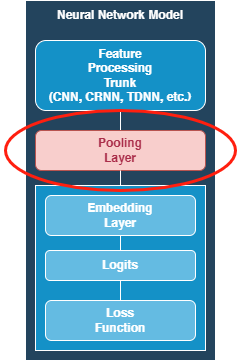
Earlier version of the draw.io export latex/slides/img/pooling_layer.png (gabrielecerizza/apr_project). Source tidied: cells renumbered, new cells last; positions are measured from the earlier drawing's top-left corner, leaving out a move shared by most shapes. Its diagram source:
```xml
<mxGraphModel>
  <root>
    <mxCell id="0" />
    <mxCell id="1" parent="0" />
    <mxCell id="2" style="rounded=0;whiteSpace=wrap;html=1;fontFamily=Helvetica;fillColor=#23445D;strokeColor=#FFFFFF;gradientColor=none;fontColor=#FFFFFF;fontStyle=1;" parent="1" vertex="1">
      <mxGeometry x="25" width="190" height="360" as="geometry" />
    </mxCell>
    <mxCell id="3" value="Feature&lt;br&gt;Processing&lt;br&gt;Trunk&lt;br&gt;(CNN, CRNN, TDNN, etc.)" style="rounded=1;whiteSpace=wrap;html=1;fontFamily=Helvetica;fillColor=#1491C7;fontColor=#FFFFFF;strokeColor=#FFFFFF;fontStyle=1;" parent="1" vertex="1">
      <mxGeometry x="35" y="40" width="170" height="70" as="geometry" />
    </mxCell>
    <mxCell id="4" value="Neural Network Model" style="text;html=1;strokeColor=none;fillColor=none;align=center;verticalAlign=middle;whiteSpace=wrap;rounded=0;fontFamily=Helvetica;fontColor=#FFFFFF;fontStyle=1;" parent="1" vertex="1">
      <mxGeometry width="240" height="30" as="geometry" />
    </mxCell>
    <mxCell id="5" style="endArrow=none;html=1;rounded=0;exitX=0.5;exitY=1;exitDx=0;exitDy=0;fontFamily=Helvetica;entryX=0.5;entryY=0;entryDx=0;entryDy=0;fontColor=#FFFFFF;strokeColor=#FFFFFF;fontStyle=1;" parent="1" edge="1" source="3" target="7">
      <mxGeometry relative="1" as="geometry" />
    </mxCell>
    <mxCell id="6" style="endArrow=none;html=1;rounded=0;entryX=0;entryY=0.5;entryDx=0;entryDy=0;exitX=1;exitY=0.5;exitDx=0;exitDy=0;fontFamily=Helvetica;fontColor=#FFFFFF;strokeColor=#FFFFFF;fontStyle=1;" parent="1" edge="1" source="11" target="12">
      <mxGeometry relative="1" as="geometry" />
    </mxCell>
    <mxCell id="7" value="Pooling&lt;br&gt;Layer" style="rounded=1;whiteSpace=wrap;html=1;fontFamily=Helvetica;fillColor=#f8cecc;strokeColor=#b85450;fontStyle=1;fontColor=#AA2D4A;" parent="1" vertex="1">
      <mxGeometry x="35" y="130" width="170" height="40" as="geometry" />
    </mxCell>
    <mxCell id="8" style="endArrow=none;html=1;rounded=0;fontFamily=Helvetica;entryX=0.5;entryY=1;entryDx=0;entryDy=0;exitX=0.5;exitY=0;exitDx=0;exitDy=0;fontColor=#FFFFFF;strokeColor=#FFFFFF;fontStyle=1;" parent="1" edge="1" source="10" target="7">
      <mxGeometry relative="1" as="geometry" />
    </mxCell>
    <mxCell id="9" style="rounded=0;whiteSpace=wrap;html=1;fontFamily=Helvetica;fillColor=#1491C7;fontColor=#FFFFFF;strokeColor=#FFFFFF;fontStyle=1;" parent="1" vertex="1">
      <mxGeometry x="35" y="185" width="170" height="165" as="geometry" />
    </mxCell>
    <mxCell id="10" value="Embedding&lt;br&gt;Layer" style="rounded=1;whiteSpace=wrap;html=1;fontFamily=Helvetica;fillColor=#64BBE2;fontColor=#FFFFFF;strokeColor=#FFFFFF;fontStyle=1;" parent="1" vertex="1">
      <mxGeometry x="45" y="195" width="150" height="40" as="geometry" />
    </mxCell>
    <mxCell id="11" value="Logits" style="rounded=1;whiteSpace=wrap;html=1;fontFamily=Helvetica;fillColor=#64BBE2;fontColor=#FFFFFF;strokeColor=#FFFFFF;fontStyle=1;" parent="1" vertex="1">
      <mxGeometry x="45" y="250" width="150" height="30" as="geometry" />
    </mxCell>
    <mxCell id="12" value="Loss&lt;br&gt;Function" style="rounded=1;whiteSpace=wrap;html=1;fontFamily=Helvetica;fillColor=#64BBE2;fontColor=#FFFFFF;strokeColor=#FFFFFF;fontStyle=1;" parent="1" vertex="1">
      <mxGeometry x="45" y="300" width="150" height="40" as="geometry" />
    </mxCell>
    <mxCell id="13" style="endArrow=none;html=1;rounded=0;entryX=0.5;entryY=1;entryDx=0;entryDy=0;fontFamily=Helvetica;exitX=0.5;exitY=0;exitDx=0;exitDy=0;fontColor=#FFFFFF;strokeColor=#FFFFFF;fontStyle=1;" parent="1" edge="1" source="11" target="10">
      <mxGeometry relative="1" as="geometry" />
    </mxCell>
    <mxCell id="14" style="endArrow=none;html=1;rounded=0;entryX=0.5;entryY=1;entryDx=0;entryDy=0;fontFamily=Helvetica;exitX=0.5;exitY=0;exitDx=0;exitDy=0;fontColor=#FFFFFF;strokeColor=#FFFFFF;fontStyle=1;" parent="1" edge="1" source="12" target="11">
      <mxGeometry relative="1" as="geometry" />
    </mxCell>
    <mxCell id="15" style="ellipse;whiteSpace=wrap;html=1;fontColor=#AA2D4A;strokeColor=#FF1F0F;fillColor=none;strokeWidth=3;" parent="1" vertex="1">
      <mxGeometry x="5" y="110" width="230" height="80" as="geometry" />
    </mxCell>
  </root>
</mxGraphModel>
```
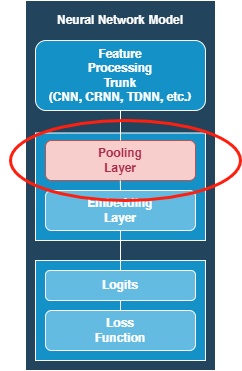
The same diagram one commit later.

Change to the diagram source:
```diff
@@ -2,14 +2,14 @@
   <root>
     <mxCell id="0" />
     <mxCell id="1" parent="0" />
-    <mxCell id="2" style="rounded=0;whiteSpace=wrap;html=1;fontFamily=Helvetica;fillColor=#23445D;strokeColor=#FFFFFF;gradientColor=none;fontColor=#FFFFFF;fontStyle=1;" parent="1" vertex="1">
-      <mxGeometry x="25" width="190" height="360" as="geometry" />
-    </mxCell>
+    <mxCell id="16" style="rounded=0;whiteSpace=wrap;html=1;fontFamily=Helvetica;fillColor=#23445D;strokeColor=#FFFFFF;gradientColor=none;fontColor=#FFFFFF;fontStyle=1;" parent="1" vertex="1">
+      <mxGeometry x="-30" width="190" height="370" as="geometry" />
+    </mxCell>
     <mxCell id="3" value="Feature&lt;br&gt;Processing&lt;br&gt;Trunk&lt;br&gt;(CNN, CRNN, TDNN, etc.)" style="rounded=1;whiteSpace=wrap;html=1;fontFamily=Helvetica;fillColor=#1491C7;fontColor=#FFFFFF;strokeColor=#FFFFFF;fontStyle=1;" parent="1" vertex="1">
-      <mxGeometry x="35" y="40" width="170" height="70" as="geometry" />
+      <mxGeometry x="-20" y="40" width="170" height="70" as="geometry" />
     </mxCell>
     <mxCell id="4" value="Neural Network Model" style="text;html=1;strokeColor=none;fillColor=none;align=center;verticalAlign=middle;whiteSpace=wrap;rounded=0;fontFamily=Helvetica;fontColor=#FFFFFF;fontStyle=1;" parent="1" vertex="1">
-      <mxGeometry width="240" height="30" as="geometry" />
+      <mxGeometry x="-55" width="240" height="40" as="geometry" />
     </mxCell>
     <mxCell id="5" style="endArrow=none;html=1;rounded=0;exitX=0.5;exitY=1;exitDx=0;exitDy=0;fontFamily=Helvetica;entryX=0.5;entryY=0;entryDx=0;entryDy=0;fontColor=#FFFFFF;strokeColor=#FFFFFF;fontStyle=1;" parent="1" edge="1" source="3" target="7">
       <mxGeometry relative="1" as="geometry" />
@@ -17,23 +17,17 @@
     <mxCell id="6" style="endArrow=none;html=1;rounded=0;entryX=0;entryY=0.5;entryDx=0;entryDy=0;exitX=1;exitY=0.5;exitDx=0;exitDy=0;fontFamily=Helvetica;fontColor=#FFFFFF;strokeColor=#FFFFFF;fontStyle=1;" parent="1" edge="1" source="11" target="12">
       <mxGeometry relative="1" as="geometry" />
     </mxCell>
-    <mxCell id="7" value="Pooling&lt;br&gt;Layer" style="rounded=1;whiteSpace=wrap;html=1;fontFamily=Helvetica;fillColor=#f8cecc;strokeColor=#b85450;fontStyle=1;fontColor=#AA2D4A;" parent="1" vertex="1">
-      <mxGeometry x="35" y="130" width="170" height="40" as="geometry" />
-    </mxCell>
     <mxCell id="8" style="endArrow=none;html=1;rounded=0;fontFamily=Helvetica;entryX=0.5;entryY=1;entryDx=0;entryDy=0;exitX=0.5;exitY=0;exitDx=0;exitDy=0;fontColor=#FFFFFF;strokeColor=#FFFFFF;fontStyle=1;" parent="1" edge="1" source="10" target="7">
       <mxGeometry relative="1" as="geometry" />
     </mxCell>
-    <mxCell id="9" style="rounded=0;whiteSpace=wrap;html=1;fontFamily=Helvetica;fillColor=#1491C7;fontColor=#FFFFFF;strokeColor=#FFFFFF;fontStyle=1;" parent="1" vertex="1">
-      <mxGeometry x="35" y="185" width="170" height="165" as="geometry" />
-    </mxCell>
-    <mxCell id="10" value="Embedding&lt;br&gt;Layer" style="rounded=1;whiteSpace=wrap;html=1;fontFamily=Helvetica;fillColor=#64BBE2;fontColor=#FFFFFF;strokeColor=#FFFFFF;fontStyle=1;" parent="1" vertex="1">
-      <mxGeometry x="45" y="195" width="150" height="40" as="geometry" />
-    </mxCell>
+    <mxCell id="17" style="rounded=0;whiteSpace=wrap;html=1;fontFamily=Helvetica;fillColor=#1491C7;fontColor=#FFFFFF;strokeColor=#FFFFFF;fontStyle=1;" parent="1" vertex="1">
+      <mxGeometry x="-20" y="260" width="170" height="100" as="geometry" />
+    </mxCell>
     <mxCell id="11" value="Logits" style="rounded=1;whiteSpace=wrap;html=1;fontFamily=Helvetica;fillColor=#64BBE2;fontColor=#FFFFFF;strokeColor=#FFFFFF;fontStyle=1;" parent="1" vertex="1">
-      <mxGeometry x="45" y="250" width="150" height="30" as="geometry" />
+      <mxGeometry x="-10" y="270" width="150" height="30" as="geometry" />
     </mxCell>
     <mxCell id="12" value="Loss&lt;br&gt;Function" style="rounded=1;whiteSpace=wrap;html=1;fontFamily=Helvetica;fillColor=#64BBE2;fontColor=#FFFFFF;strokeColor=#FFFFFF;fontStyle=1;" parent="1" vertex="1">
-      <mxGeometry x="45" y="300" width="150" height="40" as="geometry" />
+      <mxGeometry x="-10" y="310" width="150" height="40" as="geometry" />
     </mxCell>
     <mxCell id="13" style="endArrow=none;html=1;rounded=0;entryX=0.5;entryY=1;entryDx=0;entryDy=0;fontFamily=Helvetica;exitX=0.5;exitY=0;exitDx=0;exitDy=0;fontColor=#FFFFFF;strokeColor=#FFFFFF;fontStyle=1;" parent="1" edge="1" source="11" target="10">
       <mxGeometry relative="1" as="geometry" />
@@ -41,8 +35,29 @@
     <mxCell id="14" style="endArrow=none;html=1;rounded=0;entryX=0.5;entryY=1;entryDx=0;entryDy=0;fontFamily=Helvetica;exitX=0.5;exitY=0;exitDx=0;exitDy=0;fontColor=#FFFFFF;strokeColor=#FFFFFF;fontStyle=1;" parent="1" edge="1" source="12" target="11">
       <mxGeometry relative="1" as="geometry" />
     </mxCell>
+    <mxCell id="18" style="rounded=0;whiteSpace=wrap;html=1;fontFamily=Helvetica;fillColor=#1491C7;fontColor=#FFFFFF;strokeColor=#FFFFFF;fontStyle=1;" parent="1" vertex="1">
+      <mxGeometry x="-20" y="132.5" width="170" height="107.5" as="geometry" />
+    </mxCell>
+    <mxCell id="7" value="&lt;font color=&quot;#aa2d4a&quot;&gt;Pooling&lt;br&gt;Layer&lt;/font&gt;" style="rounded=1;whiteSpace=wrap;html=1;fontFamily=Helvetica;fillColor=#f8cecc;strokeColor=#b85450;fontStyle=1;" parent="1" vertex="1">
+      <mxGeometry x="-10" y="140" width="150" height="40" as="geometry" />
+    </mxCell>
+    <mxCell id="10" value="Embedding&lt;br&gt;Layer" style="rounded=1;whiteSpace=wrap;html=1;fontFamily=Helvetica;fillColor=#64BBE2;fontColor=#FFFFFF;strokeColor=#FFFFFF;fontStyle=1;" parent="1" vertex="1">
+      <mxGeometry x="-10" y="190" width="150" height="40" as="geometry" />
+    </mxCell>
+    <mxCell id="19" style="endArrow=none;html=1;rounded=0;entryX=0.5;entryY=1;entryDx=0;entryDy=0;fontFamily=Helvetica;fontColor=#FFFFFF;strokeColor=#FFFFFF;fontStyle=1;" parent="1" edge="1">
+      <mxGeometry relative="1" as="geometry">
+        <mxPoint x="65" y="190" as="sourcePoint" />
+        <mxPoint x="64.8" y="180" as="targetPoint" />
+      </mxGeometry>
+    </mxCell>
+    <mxCell id="20" style="endArrow=none;html=1;rounded=0;entryX=0.5;entryY=1;entryDx=0;entryDy=0;fontFamily=Helvetica;fontColor=#FFFFFF;strokeColor=#FFFFFF;fontStyle=1;exitX=0.5;exitY=1;exitDx=0;exitDy=0;" parent="1" edge="1" source="18" target="10">
+      <mxGeometry relative="1" as="geometry" />
+    </mxCell>
+    <mxCell id="21" style="endArrow=none;html=1;rounded=0;exitX=0.5;exitY=0;exitDx=0;exitDy=0;fontFamily=Helvetica;entryX=0.5;entryY=0;entryDx=0;entryDy=0;fontColor=#FFFFFF;strokeColor=#FFFFFF;fontStyle=1;" parent="1" edge="1" source="18" target="7">
+      <mxGeometry relative="1" as="geometry" />
+    </mxCell>
     <mxCell id="15" style="ellipse;whiteSpace=wrap;html=1;fontColor=#AA2D4A;strokeColor=#FF1F0F;fillColor=none;strokeWidth=3;" parent="1" vertex="1">
-      <mxGeometry x="5" y="110" width="230" height="80" as="geometry" />
+      <mxGeometry x="-45" y="120" width="230" height="80" as="geometry" />
     </mxCell>
   </root>
 </mxGraphModel>
```
